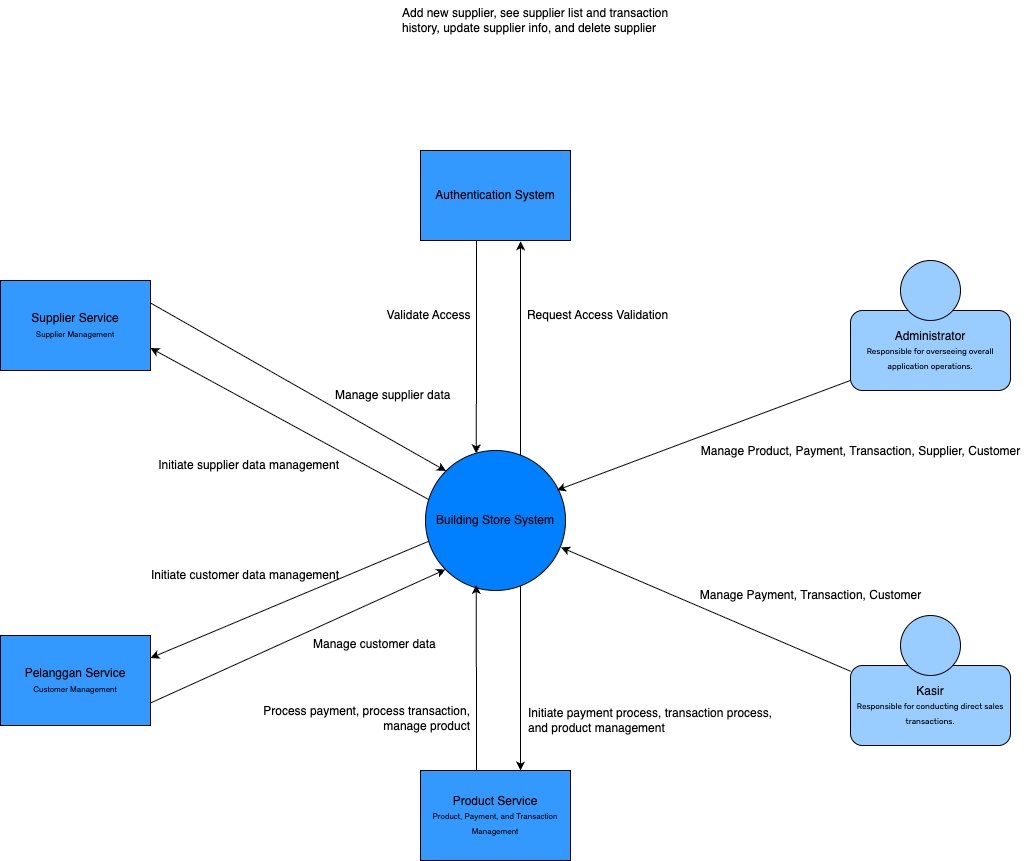
Before: img/ContextDiagram.png, a diagram exported from draw.io (AdvProg25-B01/AdvProg-Module9). Source tidied: cells renumbered, new cells last; positions are measured from the earlier drawing's top-left corner, leaving out a move shared by most shapes.
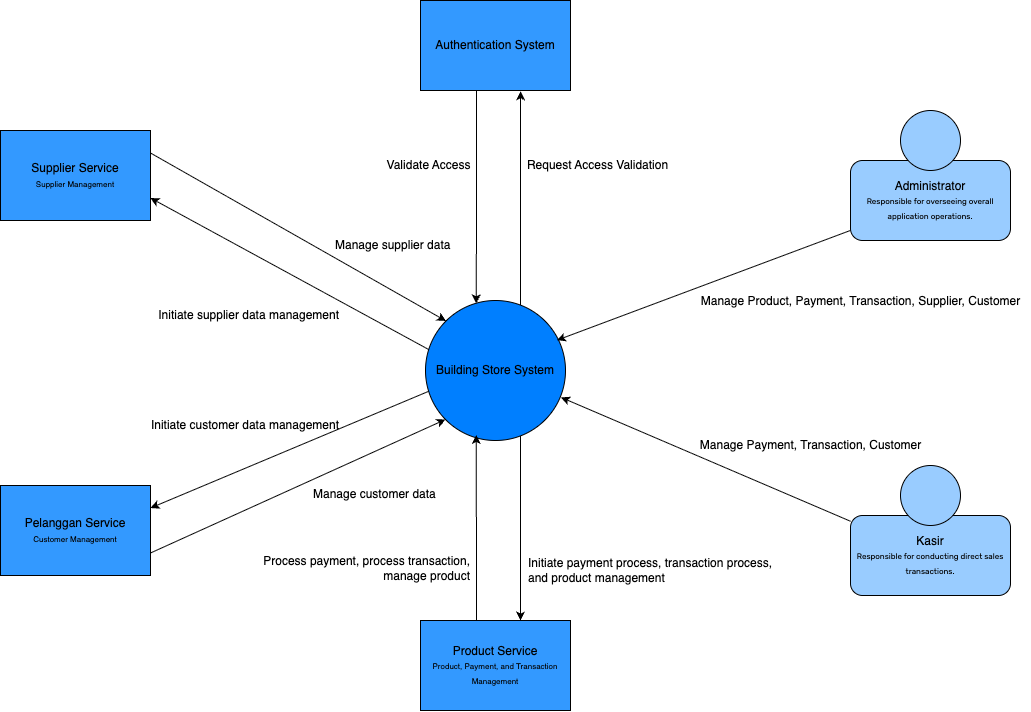
The same file after the commit.

Commit message:
fix: context diagram image

Diff of the diagram source:
```diff
@@ -5,9 +5,6 @@
     <mxCell id="2" value="Initiate supplier data management" style="text;html=1;align=right;verticalAlign=middle;strokeColor=none;fillColor=none;" parent="1" vertex="1">
       <mxGeometry x="140" y="450" width="200" height="30" as="geometry" />
     </mxCell>
-    <mxCell id="3" value="Add new supplier, see supplier list and transaction&amp;nbsp;&lt;div&gt;history,&amp;nbsp;&lt;span style=&quot;background-color: transparent; color: light-dark(rgb(0, 0, 0), rgb(255, 255, 255));&quot;&gt;update supplier info, and delete supplier&lt;/span&gt;&lt;/div&gt;" style="text;html=1;align=left;verticalAlign=middle;strokeColor=none;fillColor=none;" parent="1" vertex="1">
-      <mxGeometry x="400" width="290" height="40" as="geometry" />
-    </mxCell>
     <mxCell id="4" value="Product Service&lt;div&gt;&lt;font style=&quot;font-size: 8px;&quot;&gt;Product, Payment, and Transaction Management&lt;/font&gt;&lt;/div&gt;" style="rounded=0;whiteSpace=wrap;html=1;fillColor=#3399FF;" parent="1" vertex="1">
       <mxGeometry x="420" y="770" width="150" height="90" as="geometry" />
     </mxCell>
```
